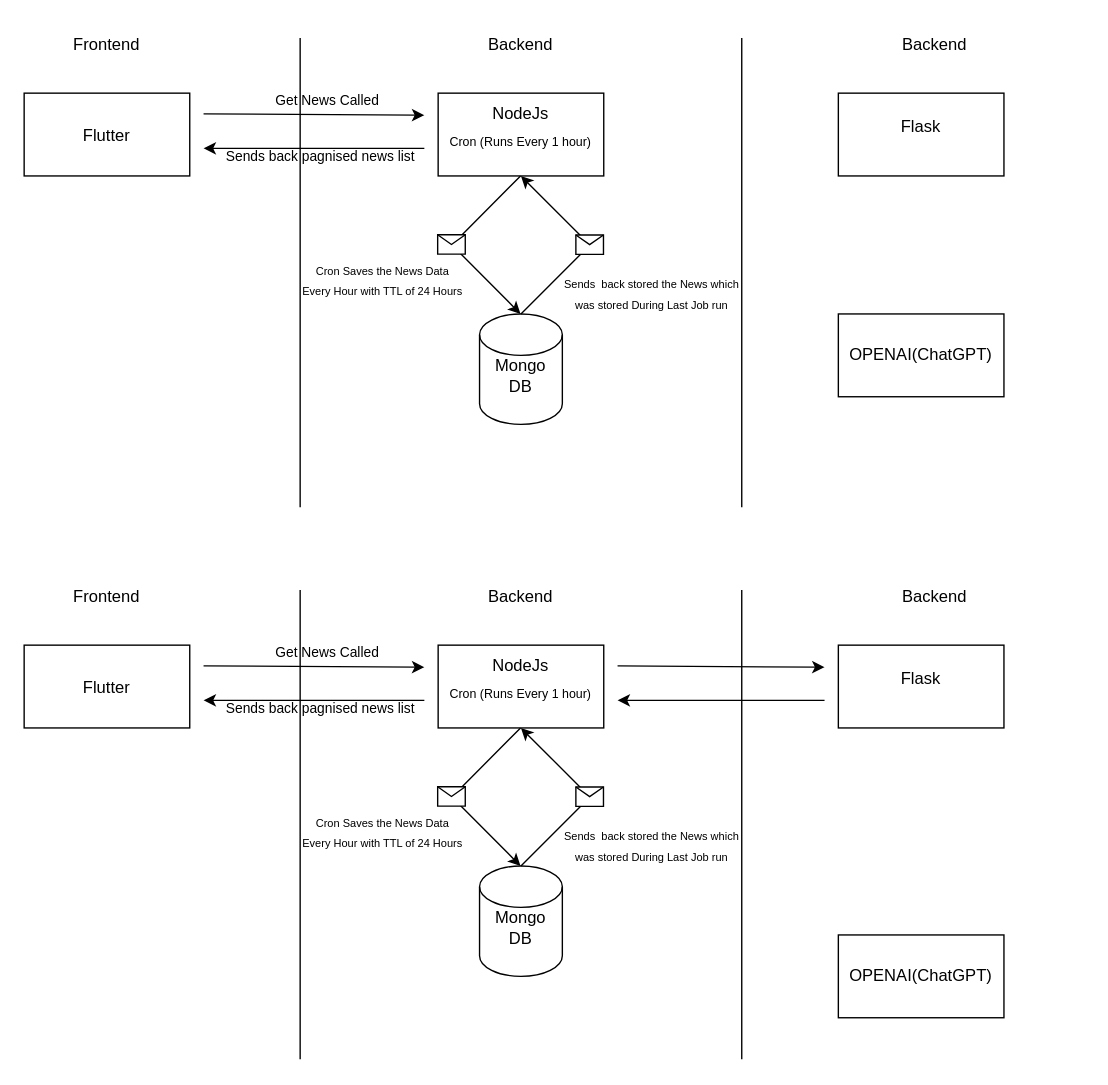
Earlier version of the draw.io diagram News App System Diagram.drawio (adityaraj61522/news_AI_app). Source tidied: cells renumbered, new cells numbered last; positions are measured from the earlier drawing's top-left corner, leaving out a move shared by most shapes. Both pictures are drawn from the tidied source at 138%, with x=0, y=0 at pixel (23, 23).
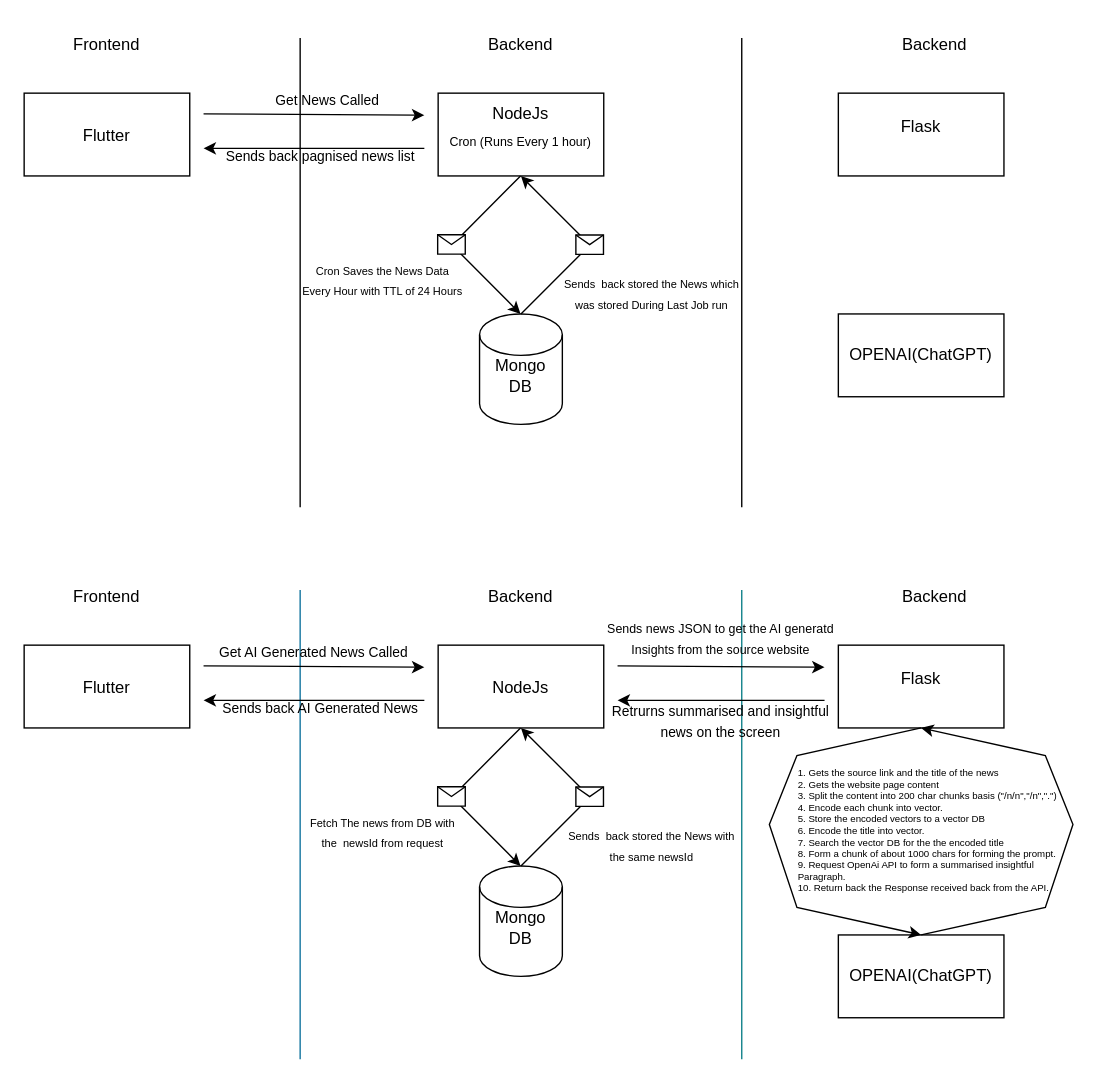
Above is the later version.

The change refers to these unchanged cells:
```xml
<mxCell id="36" style="rounded=0;whiteSpace=wrap;html=1;" parent="1" vertex="1">
  <mxGeometry x="590" y="450" width="120" height="60" as="geometry" />
</mxCell>
<mxCell id="54" style="rounded=0;whiteSpace=wrap;html=1;" parent="1" vertex="1">
  <mxGeometry x="590" y="660" width="120" height="60" as="geometry" />
</mxCell>
```

The edit, as a diff of the source:
```diff
@@
-    <mxCell id="26" style="endArrow=none;html=1;rounded=0;" parent="1" edge="1">
+    <mxCell id="26" style="endArrow=none;html=1;rounded=0;fillColor=#b1ddf0;strokeColor=#10739e;" parent="1" edge="1">
       <mxGeometry relative="1" as="geometry">
         <mxPoint x="200" y="750" as="sourcePoint" />
         <mxPoint x="200" y="410" as="targetPoint" />
       </mxGeometry>
     </mxCell>
-    <mxCell id="27" style="endArrow=none;html=1;rounded=0;" parent="1" edge="1">
+    <mxCell id="27" style="endArrow=none;html=1;rounded=0;fillColor=#b0e3e6;strokeColor=#0e8088;" parent="1" edge="1">
       <mxGeometry relative="1" as="geometry">
         <mxPoint x="520" y="750" as="sourcePoint" />
         <mxPoint x="520" y="410" as="targetPoint" />
       </mxGeometry>
     </mxCell>
@@
     <mxCell id="37" value="NodeJs" style="text;html=1;strokeColor=none;fillColor=none;align=center;verticalAlign=middle;whiteSpace=wrap;rounded=0;" parent="1" vertex="1">
-      <mxGeometry x="330" y="450" width="60" height="30" as="geometry" />
+      <mxGeometry x="330" y="466" width="60" height="30" as="geometry" />
     </mxCell>
@@
-    <mxCell id="41" value="&lt;font style=&quot;font-size: 9px;&quot;&gt;Cron (Runs Every 1 hour)&lt;/font&gt;" style="text;html=1;strokeColor=none;fillColor=none;align=center;verticalAlign=middle;whiteSpace=wrap;rounded=0;" parent="1" vertex="1">
-      <mxGeometry x="285" y="470" width="150" height="30" as="geometry" />
-    </mxCell>
@@
-    <mxCell id="46" value="&lt;font style=&quot;font-size: 8px;&quot;&gt;Cron Saves the News Data Every Hour with TTL of 24 Hours&lt;/font&gt;" style="text;html=1;strokeColor=none;fillColor=none;align=center;verticalAlign=middle;whiteSpace=wrap;rounded=0;" parent="1" vertex="1">
+    <mxCell id="46" value="&lt;font style=&quot;font-size: 8px;&quot;&gt;Fetch The news from DB with the&amp;nbsp; newsId from request&lt;/font&gt;" style="text;html=1;strokeColor=none;fillColor=none;align=center;verticalAlign=middle;whiteSpace=wrap;rounded=0;" parent="1" vertex="1">
       <mxGeometry x="200" y="570" width="120" height="30" as="geometry" />
     </mxCell>
@@
-    <mxCell id="49" value="&lt;span style=&quot;font-size: 8px;&quot;&gt;Sends&amp;nbsp; back stored the News which was stored During Last Job run&lt;/span&gt;" style="text;html=1;strokeColor=none;fillColor=none;align=center;verticalAlign=middle;whiteSpace=wrap;rounded=0;" parent="1" vertex="1">
+    <mxCell id="49" value="&lt;span style=&quot;font-size: 8px;&quot;&gt;Sends&amp;nbsp; back stored the News with the same newsId&lt;/span&gt;" style="text;html=1;strokeColor=none;fillColor=none;align=center;verticalAlign=middle;whiteSpace=wrap;rounded=0;" parent="1" vertex="1">
       <mxGeometry x="390" y="580" width="130" height="30" as="geometry" />
     </mxCell>
-    <mxCell id="50" value="&lt;font style=&quot;font-size: 10px;&quot;&gt;Get News Called&lt;/font&gt;" style="text;html=1;strokeColor=none;fillColor=none;align=center;verticalAlign=middle;whiteSpace=wrap;rounded=0;" parent="1" vertex="1">
-      <mxGeometry x="150" y="440" width="140" height="30" as="geometry" />
+    <mxCell id="50" value="&lt;font style=&quot;font-size: 10px;&quot;&gt;Get AI Generated News Called&lt;/font&gt;" style="text;html=1;strokeColor=none;fillColor=none;align=center;verticalAlign=middle;whiteSpace=wrap;rounded=0;" parent="1" vertex="1">
+      <mxGeometry x="140" y="440" width="140" height="30" as="geometry" />
     </mxCell>
-    <mxCell id="51" value="&lt;font style=&quot;font-size: 10px;&quot;&gt;Sends back pagnised news list&lt;/font&gt;" style="text;html=1;strokeColor=none;fillColor=none;align=center;verticalAlign=middle;whiteSpace=wrap;rounded=0;" parent="1" vertex="1">
+    <mxCell id="51" value="&lt;font style=&quot;font-size: 10px;&quot;&gt;Sends back AI Generated News&lt;/font&gt;" style="text;html=1;strokeColor=none;fillColor=none;align=center;verticalAlign=middle;whiteSpace=wrap;rounded=0;" parent="1" vertex="1">
       <mxGeometry x="140" y="481" width="150" height="30" as="geometry" />
     </mxCell>
@@
+    <mxCell id="56" value="&lt;font style=&quot;font-size: 9px;&quot;&gt;Sends news JSON to get the AI generatd Insights from the source website&lt;/font&gt;" style="text;html=1;strokeColor=none;fillColor=none;align=center;verticalAlign=middle;whiteSpace=wrap;rounded=0;" parent="1" vertex="1">
+      <mxGeometry x="420" y="430" width="170" height="30" as="geometry" />
+    </mxCell>
+    <mxCell id="57" style="endArrow=classic;html=1;rounded=0;entryX=0.5;entryY=0;entryDx=0;entryDy=0;exitX=0.5;exitY=1;exitDx=0;exitDy=0;" parent="1" edge="1" source="36" target="54">
+      <mxGeometry relative="1" as="geometry">
+        <Array as="points">
+          <mxPoint x="560" y="530" />
+          <mxPoint x="540" y="580" />
+          <mxPoint x="560" y="640" />
+        </Array>
+      </mxGeometry>
+    </mxCell>
+    <mxCell id="58" style="endArrow=classic;html=1;rounded=0;entryX=0.5;entryY=1;entryDx=0;entryDy=0;exitX=0.5;exitY=0;exitDx=0;exitDy=0;" parent="1" edge="1" source="54" target="36">
+      <mxGeometry relative="1" as="geometry">
+        <Array as="points">
+          <mxPoint x="740" y="640" />
+          <mxPoint x="760" y="580" />
+          <mxPoint x="740" y="530" />
+        </Array>
+      </mxGeometry>
+    </mxCell>
+    <mxCell id="59" value="&lt;div style=&quot;text-align: left; font-size: 7px;&quot;&gt;&lt;span style=&quot;background-color: initial;&quot;&gt;&lt;font style=&quot;font-size: 7px;&quot;&gt;1. Gets the source link and the title of the news&lt;/font&gt;&lt;/span&gt;&lt;/div&gt;&lt;font style=&quot;font-size: 7px;&quot;&gt;&lt;div style=&quot;text-align: left;&quot;&gt;&lt;span style=&quot;background-color: initial;&quot;&gt;2. Gets the website page content&amp;nbsp;&lt;/span&gt;&lt;/div&gt;&lt;div style=&quot;text-align: left;&quot;&gt;&lt;span style=&quot;background-color: initial;&quot;&gt;3. Split the content into 200 char chunks basis (&quot;/n/n&quot;,&quot;/n&quot;,&quot;.&quot;)&lt;/span&gt;&lt;/div&gt;&lt;div style=&quot;text-align: left;&quot;&gt;&lt;span style=&quot;background-color: initial;&quot;&gt;4. Encode each chunk into vector.&lt;br&gt;5. Store the encoded vectors to a vector DB&lt;/span&gt;&lt;/div&gt;&lt;div style=&quot;text-align: left;&quot;&gt;&lt;span style=&quot;background-color: initial;&quot;&gt;6. Encode the title into vector.&lt;br&gt;7. Search the vector DB for the the encoded title&lt;br&gt;8. Form a chunk of about 1000 chars for forming the prompt.&lt;/span&gt;&lt;/div&gt;&lt;div style=&quot;text-align: left;&quot;&gt;&lt;span style=&quot;background-color: initial;&quot;&gt;9. Request OpenAi API to form a summarised insightful Paragraph.&lt;/span&gt;&lt;/div&gt;&lt;div style=&quot;text-align: left;&quot;&gt;&lt;span style=&quot;background-color: initial;&quot;&gt;10. Return back the Response received back from the API.&lt;/span&gt;&lt;/div&gt;&lt;/font&gt;" style="text;html=1;strokeColor=none;fillColor=none;align=center;verticalAlign=middle;whiteSpace=wrap;rounded=0;" parent="1" vertex="1">
+      <mxGeometry x="560" y="535" width="200" height="100" as="geometry" />
+    </mxCell>
+    <mxCell id="60" value="&lt;font style=&quot;font-size: 10px;&quot;&gt;Retrurns summarised and insightful news on the screen&lt;/font&gt;" style="text;html=1;strokeColor=none;fillColor=none;align=center;verticalAlign=middle;whiteSpace=wrap;rounded=0;" parent="1" vertex="1">
+      <mxGeometry x="420" y="490" width="170" height="30" as="geometry" />
+    </mxCell>
```
